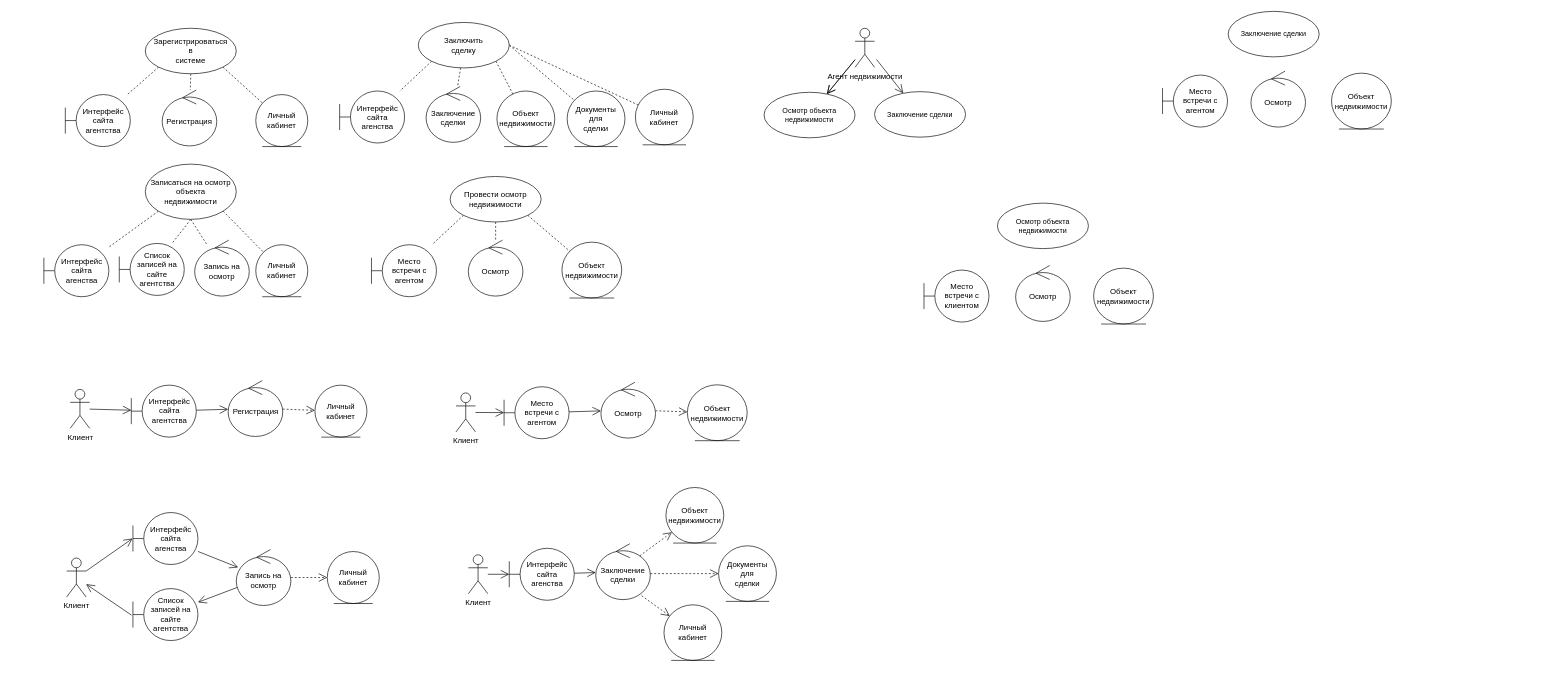
Earlier version of the draw.io diagram Диаграмма без названия.drawio (Shumila71/testProject). Source tidied: cells renumbered, new cells numbered last; positions are measured from the earlier drawing's top-left corner, leaving out a move shared by most shapes. Both pictures are drawn from the tidied source at 65%, with x=0, y=0 at pixel (44, 11).
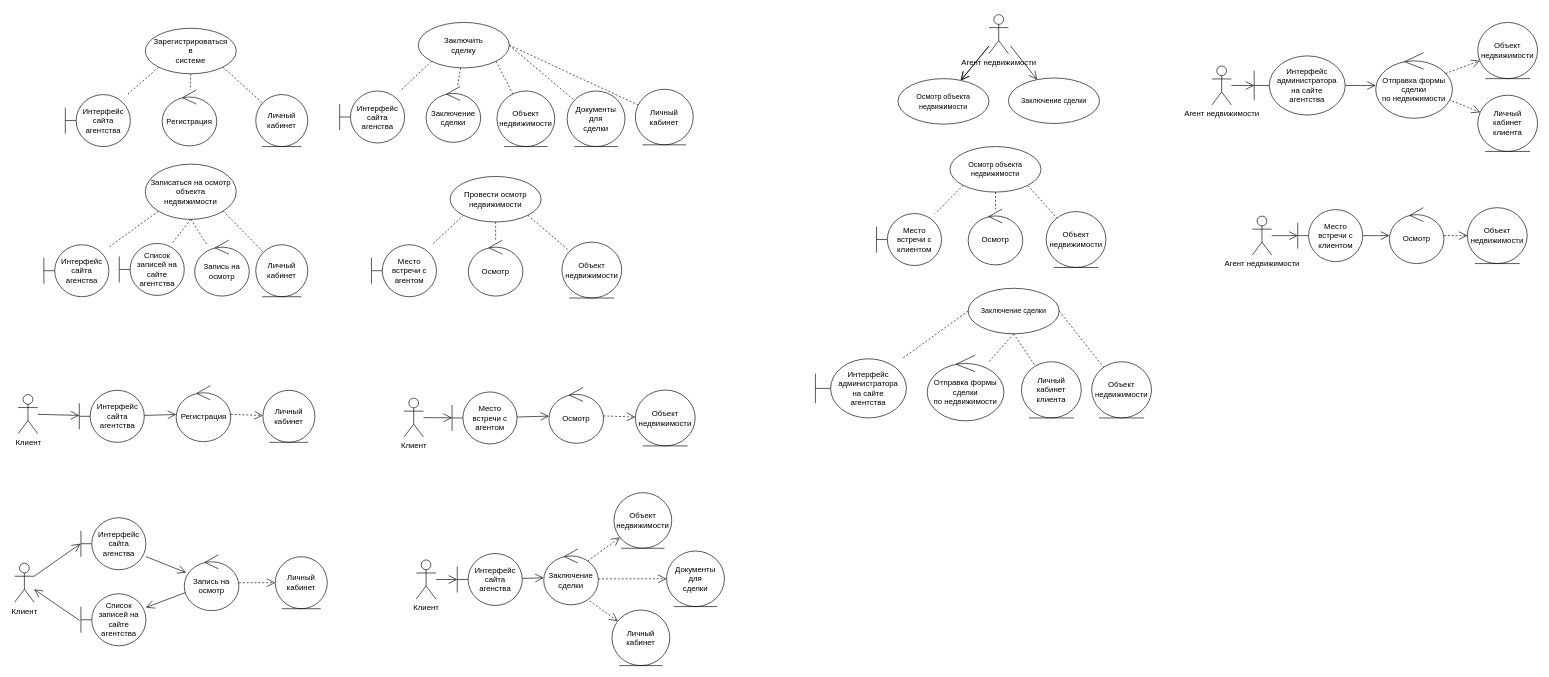
The same page after the edit.

The edit, as a diff of the source:
```diff
@@
     <mxCell id="3" value="Клиент" style="shape=umlActor;verticalLabelPosition=bottom;verticalAlign=top;html=1;outlineConnect=0;" parent="1" vertex="1">
-      <mxGeometry x="40.5" y="581.5" width="30" height="60" as="geometry" />
+      <mxGeometry x="-39.5" y="589.5" width="30" height="60" as="geometry" />
     </mxCell>
@@
     <mxCell id="39" value="Интерфейс&lt;div&gt;сайта&lt;/div&gt;&lt;div&gt;агентства&lt;/div&gt;" style="shape=umlBoundary;whiteSpace=wrap;html=1;" parent="1" vertex="1">
-      <mxGeometry x="134.5" y="575" width="100" height="80" as="geometry" />
+      <mxGeometry x="54.5" y="583" width="100" height="80" as="geometry" />
     </mxCell>
     <mxCell id="40" value="Личный кабинет" style="ellipse;shape=umlEntity;whiteSpace=wrap;html=1;" parent="1" vertex="1">
-      <mxGeometry x="417" y="575" width="80" height="80" as="geometry" />
+      <mxGeometry x="337" y="583" width="80" height="80" as="geometry" />
     </mxCell>
@@
     <mxCell id="42" value="Регистрация" style="ellipse;shape=umlControl;whiteSpace=wrap;html=1;" parent="1" vertex="1">
-      <mxGeometry x="283.5" y="568" width="84" height="86" as="geometry" />
+      <mxGeometry x="203.5" y="576" width="84" height="86" as="geometry" />
     </mxCell>
     <mxCell id="43" value="Клиент" style="shape=umlActor;verticalLabelPosition=bottom;verticalAlign=top;html=1;outlineConnect=0;" parent="1" vertex="1">
-      <mxGeometry x="35" y="841" width="30" height="60" as="geometry" />
+      <mxGeometry x="-45" y="849" width="30" height="60" as="geometry" />
     </mxCell>
@@
     <mxCell id="45" value="Интерфейс&lt;div&gt;сайта&lt;/div&gt;&lt;div&gt;агенства&lt;/div&gt;" style="shape=umlBoundary;whiteSpace=wrap;html=1;" parent="1" vertex="1">
-      <mxGeometry x="137" y="771" width="100" height="80" as="geometry" />
+      <mxGeometry x="57" y="779" width="100" height="80" as="geometry" />
     </mxCell>
     <mxCell id="46" value="Личный кабинет" style="ellipse;shape=umlEntity;whiteSpace=wrap;html=1;" parent="1" vertex="1">
-      <mxGeometry x="436" y="831" width="80" height="80" as="geometry" />
+      <mxGeometry x="356" y="839" width="80" height="80" as="geometry" />
     </mxCell>
@@
     <mxCell id="49" value="Запись на&lt;div&gt;осмотр&lt;/div&gt;" style="ellipse;shape=umlControl;whiteSpace=wrap;html=1;" parent="1" vertex="1">
-      <mxGeometry x="296" y="828" width="84" height="86" as="geometry" />
+      <mxGeometry x="216" y="836" width="84" height="86" as="geometry" />
     </mxCell>
@@
     <mxCell id="51" value="Список записей на сайте&lt;div&gt;агентства&lt;/div&gt;" style="shape=umlBoundary;whiteSpace=wrap;html=1;" parent="1" vertex="1">
-      <mxGeometry x="137" y="888" width="100" height="80" as="geometry" />
+      <mxGeometry x="57" y="896" width="100" height="80" as="geometry" />
     </mxCell>
@@
     <mxCell id="54" value="Клиент" style="shape=umlActor;verticalLabelPosition=bottom;verticalAlign=top;html=1;outlineConnect=0;" parent="1" vertex="1">
-      <mxGeometry x="634" y="587" width="30" height="60" as="geometry" />
+      <mxGeometry x="554" y="595" width="30" height="60" as="geometry" />
     </mxCell>
@@
     <mxCell id="56" value="Место встречи с агентом" style="shape=umlBoundary;whiteSpace=wrap;html=1;" parent="1" vertex="1">
-      <mxGeometry x="708" y="577.5" width="100" height="80" as="geometry" />
+      <mxGeometry x="628" y="585.5" width="100" height="80" as="geometry" />
     </mxCell>
     <mxCell id="57" value="Объект&lt;div&gt;недвижимости&lt;/div&gt;" style="ellipse;shape=umlEntity;whiteSpace=wrap;html=1;" parent="1" vertex="1">
-      <mxGeometry x="990" y="574.5" width="92" height="86" as="geometry" />
+      <mxGeometry x="910" y="582.5" width="92" height="86" as="geometry" />
     </mxCell>
@@
     <mxCell id="59" value="Осмотр" style="ellipse;shape=umlControl;whiteSpace=wrap;html=1;" parent="1" vertex="1">
-      <mxGeometry x="857" y="570.5" width="84" height="86" as="geometry" />
+      <mxGeometry x="777" y="578.5" width="84" height="86" as="geometry" />
     </mxCell>
@@
     <mxCell id="61" value="Интерфейс&lt;div&gt;сайта&lt;/div&gt;&lt;div&gt;агенства&lt;/div&gt;" style="shape=umlBoundary;whiteSpace=wrap;html=1;" parent="1" vertex="1">
-      <mxGeometry x="716" y="826" width="100" height="80" as="geometry" />
+      <mxGeometry x="636" y="834" width="100" height="80" as="geometry" />
     </mxCell>
     <mxCell id="62" value="Объект недвижимости" style="ellipse;shape=umlEntity;whiteSpace=wrap;html=1;" parent="1" vertex="1">
-      <mxGeometry x="957" y="732.5" width="89" height="85.5" as="geometry" />
+      <mxGeometry x="877" y="740.5" width="89" height="85.5" as="geometry" />
     </mxCell>
     <mxCell id="63" value="Заключение&lt;div&gt;сделки&lt;/div&gt;" style="ellipse;shape=umlControl;whiteSpace=wrap;html=1;" parent="1" vertex="1">
-      <mxGeometry x="849" y="819" width="84" height="86" as="geometry" />
+      <mxGeometry x="769" y="827" width="84" height="86" as="geometry" />
     </mxCell>
     <mxCell id="64" value="Документы&lt;div&gt;для&lt;/div&gt;&lt;div&gt;сделки&lt;/div&gt;" style="ellipse;shape=umlEntity;whiteSpace=wrap;html=1;" parent="1" vertex="1">
-      <mxGeometry x="1038" y="822.2" width="89" height="85.5" as="geometry" />
+      <mxGeometry x="958" y="830.2" width="89" height="85.5" as="geometry" />
     </mxCell>
     <mxCell id="65" value="Личный кабинет" style="ellipse;shape=umlEntity;whiteSpace=wrap;html=1;" parent="1" vertex="1">
-      <mxGeometry x="954" y="913" width="89" height="85.5" as="geometry" />
+      <mxGeometry x="874" y="921" width="89" height="85.5" as="geometry" />
     </mxCell>
@@
     <mxCell id="67" value="Клиент" style="shape=umlActor;verticalLabelPosition=bottom;verticalAlign=top;html=1;outlineConnect=0;" parent="1" vertex="1">
-      <mxGeometry x="653" y="836" width="30" height="60" as="geometry" />
+      <mxGeometry x="573" y="844" width="30" height="60" as="geometry" />
     </mxCell>
     <mxCell id="68" style="edgeStyle=none;rounded=0;jettySize=auto;html=1;strokeColor=default;strokeWidth=1;align=center;verticalAlign=middle;fontFamily=Helvetica;fontSize=11;fontColor=default;labelBackgroundColor=default;startSize=11;endArrow=open;endFill=0;endSize=11;dashed=1;" parent="1" edge="1" target="64">
       <mxGeometry relative="1" as="geometry">
-        <mxPoint x="933" y="865" as="sourcePoint" />
+        <mxPoint x="853" y="873" as="sourcePoint" />
       </mxGeometry>
     </mxCell>
@@
     <mxCell id="73" value="Агент недвижимости" style="shape=umlActor;verticalLabelPosition=bottom;verticalAlign=top;html=1;outlineConnect=0;" parent="1" vertex="1">
-      <mxGeometry x="1248" y="26" width="30" height="60" as="geometry" />
+      <mxGeometry x="1454" y="5" width="30" height="60" as="geometry" />
     </mxCell>
     <mxCell id="74" value="Заключение сделки" style="ellipse;whiteSpace=wrap;html=1;fontFamily=Helvetica;fontSize=11;fontColor=default;labelBackgroundColor=default;" parent="1" vertex="1">
-      <mxGeometry x="1278" y="123.5" width="140" height="70" as="geometry" />
+      <mxGeometry x="1484" y="102.5" width="140" height="70" as="geometry" />
     </mxCell>
     <mxCell id="75" value="Осмотр объекта&lt;div&gt;недвижимости&lt;/div&gt;" style="ellipse;whiteSpace=wrap;html=1;fontFamily=Helvetica;fontSize=11;fontColor=default;labelBackgroundColor=default;" parent="1" vertex="1">
-      <mxGeometry x="1108" y="124.5" width="140" height="70" as="geometry" />
+      <mxGeometry x="1314" y="103.5" width="140" height="70" as="geometry" />
     </mxCell>
     <mxCell id="76" style="edgeStyle=none;rounded=0;jettySize=auto;html=1;strokeColor=default;strokeWidth=1;align=center;verticalAlign=middle;fontFamily=Helvetica;fontSize=11;fontColor=default;labelBackgroundColor=default;startSize=11;endArrow=open;endFill=0;endSize=11;" parent="1" edge="1" target="74">
       <mxGeometry relative="1" as="geometry">
-        <mxPoint x="1281" y="74" as="sourcePoint" />
+        <mxPoint x="1487" y="53" as="sourcePoint" />
       </mxGeometry>
     </mxCell>
+    <mxCell id="85" style="edgeStyle=none;rounded=0;jettySize=auto;html=1;exitX=0;exitY=1;exitDx=0;exitDy=0;strokeColor=default;strokeWidth=1;align=center;verticalAlign=middle;fontFamily=Helvetica;fontSize=11;fontColor=default;labelBackgroundColor=default;startSize=11;endArrow=none;endFill=0;endSize=11;dashed=1;" parent="1" edge="1" source="77" target="79">
+      <mxGeometry relative="1" as="geometry" />
+    </mxCell>
+    <mxCell id="86" style="edgeStyle=none;rounded=0;jettySize=auto;html=1;exitX=0.5;exitY=1;exitDx=0;exitDy=0;dashed=1;strokeColor=default;strokeWidth=1;align=center;verticalAlign=middle;fontFamily=Helvetica;fontSize=11;fontColor=default;labelBackgroundColor=default;startSize=11;endArrow=none;endFill=0;endSize=11;" parent="1" edge="1" source="77" target="81">
+      <mxGeometry relative="1" as="geometry" />
+    </mxCell>
+    <mxCell id="87" style="edgeStyle=none;rounded=0;jettySize=auto;html=1;exitX=1;exitY=1;exitDx=0;exitDy=0;dashed=1;strokeColor=default;strokeWidth=1;align=center;verticalAlign=middle;fontFamily=Helvetica;fontSize=11;fontColor=default;labelBackgroundColor=default;startSize=11;endArrow=none;endFill=0;endSize=11;" parent="1" edge="1" source="77" target="80">
+      <mxGeometry relative="1" as="geometry" />
+    </mxCell>
     <mxCell id="77" value="Осмотр объекта&lt;div&gt;недвижимости&lt;/div&gt;" style="ellipse;whiteSpace=wrap;html=1;fontFamily=Helvetica;fontSize=11;fontColor=default;labelBackgroundColor=default;" parent="1" vertex="1">
-      <mxGeometry x="1467" y="295" width="140" height="70" as="geometry" />
+      <mxGeometry x="1394" y="208" width="140" height="70" as="geometry" />
     </mxCell>
+    <mxCell id="88" style="edgeStyle=none;rounded=0;jettySize=auto;html=1;exitX=0;exitY=0.5;exitDx=0;exitDy=0;dashed=1;strokeColor=default;strokeWidth=1;align=center;verticalAlign=middle;fontFamily=Helvetica;fontSize=11;fontColor=default;labelBackgroundColor=default;startSize=11;endArrow=none;endFill=0;endSize=11;" parent="1" edge="1" source="78" target="96">
+      <mxGeometry relative="1" as="geometry" />
+    </mxCell>
+    <mxCell id="89" style="edgeStyle=none;rounded=0;jettySize=auto;html=1;exitX=0.5;exitY=1;exitDx=0;exitDy=0;dashed=1;strokeColor=default;strokeWidth=1;align=center;verticalAlign=middle;fontFamily=Helvetica;fontSize=11;fontColor=default;labelBackgroundColor=default;startSize=11;endArrow=none;endFill=0;endSize=11;" parent="1" edge="1" source="78" target="97">
+      <mxGeometry relative="1" as="geometry" />
+    </mxCell>
+    <mxCell id="90" style="edgeStyle=none;rounded=0;jettySize=auto;html=1;exitX=0.5;exitY=1;exitDx=0;exitDy=0;dashed=1;strokeColor=default;strokeWidth=1;align=center;verticalAlign=middle;fontFamily=Helvetica;fontSize=11;fontColor=default;labelBackgroundColor=default;startSize=11;endArrow=none;endFill=0;endSize=11;" parent="1" edge="1" source="78" target="99">
+      <mxGeometry relative="1" as="geometry" />
+    </mxCell>
+    <mxCell id="91" style="edgeStyle=none;rounded=0;jettySize=auto;html=1;exitX=1;exitY=0.5;exitDx=0;exitDy=0;dashed=1;strokeColor=default;strokeWidth=1;align=center;verticalAlign=middle;fontFamily=Helvetica;fontSize=11;fontColor=default;labelBackgroundColor=default;startSize=11;endArrow=none;endFill=0;endSize=11;" parent="1" edge="1" source="78" target="98">
+      <mxGeometry relative="1" as="geometry" />
+    </mxCell>
     <mxCell id="78" value="Заключение сделки" style="ellipse;whiteSpace=wrap;html=1;fontFamily=Helvetica;fontSize=11;fontColor=default;labelBackgroundColor=default;" parent="1" vertex="1">
-      <mxGeometry x="1822" width="140" height="70" as="geometry" />
+      <mxGeometry x="1422" y="426" width="140" height="70" as="geometry" />
     </mxCell>
     <mxCell id="79" value="Место встречи с клиентом" style="shape=umlBoundary;whiteSpace=wrap;html=1;" parent="1" vertex="1">
-      <mxGeometry x="1354" y="398" width="100" height="80" as="geometry" />
+      <mxGeometry x="1281" y="311" width="100" height="80" as="geometry" />
     </mxCell>
     <mxCell id="80" value="Объект&lt;div&gt;недвижимости&lt;/div&gt;" style="ellipse;shape=umlEntity;whiteSpace=wrap;html=1;" parent="1" vertex="1">
-      <mxGeometry x="1615" y="395" width="92" height="86" as="geometry" />
+      <mxGeometry x="1542" y="308" width="92" height="86" as="geometry" />
     </mxCell>
     <mxCell id="81" value="Осмотр" style="ellipse;shape=umlControl;whiteSpace=wrap;html=1;" parent="1" vertex="1">
-      <mxGeometry x="1495" y="391" width="84" height="86" as="geometry" />
+      <mxGeometry x="1422" y="304" width="84" height="86" as="geometry" />
     </mxCell>
+    <mxCell id="92" style="edgeStyle=none;rounded=0;jettySize=auto;html=1;strokeColor=default;strokeWidth=1;align=center;verticalAlign=middle;fontFamily=Helvetica;fontSize=11;fontColor=default;labelBackgroundColor=default;startSize=11;endArrow=open;endFill=0;endSize=11;" parent="1" edge="1" source="82" target="84">
+      <mxGeometry relative="1" as="geometry" />
+    </mxCell>
-    <mxCell id="82" value="Место встречи с агентом" style="shape=umlBoundary;whiteSpace=wrap;html=1;" parent="1" vertex="1">
-      <mxGeometry x="1721" y="98" width="100" height="80" as="geometry" />
+    <mxCell id="82" value="Интерфейс&lt;div&gt;администратора&lt;/div&gt;&lt;div&gt;на сайте&lt;/div&gt;&lt;div&gt;агентства&lt;/div&gt;" style="shape=umlBoundary;whiteSpace=wrap;html=1;" parent="1" vertex="1">
+      <mxGeometry x="1862" y="68.5" width="140" height="91" as="geometry" />
     </mxCell>
     <mxCell id="83" value="Объект&lt;div&gt;недвижимости&lt;/div&gt;" style="ellipse;shape=umlEntity;whiteSpace=wrap;html=1;" parent="1" vertex="1">
-      <mxGeometry x="1981" y="95" width="92" height="86" as="geometry" />
+      <mxGeometry x="2206" y="17" width="92" height="86.5" as="geometry" />
     </mxCell>
+    <mxCell id="93" style="edgeStyle=none;rounded=0;jettySize=auto;html=1;strokeColor=default;strokeWidth=1;align=center;verticalAlign=middle;fontFamily=Helvetica;fontSize=11;fontColor=default;labelBackgroundColor=default;startSize=11;endArrow=open;endFill=0;endSize=11;dashed=1;" parent="1" edge="1" source="84" target="94">
+      <mxGeometry relative="1" as="geometry" />
+    </mxCell>
-    <mxCell id="84" value="Осмотр" style="ellipse;shape=umlControl;whiteSpace=wrap;html=1;" parent="1" vertex="1">
-      <mxGeometry x="1857" y="92" width="84" height="86" as="geometry" />
+    <mxCell id="84" value="Отправка формы сделки&lt;div&gt;по недвижимости&lt;/div&gt;" style="ellipse;shape=umlControl;whiteSpace=wrap;html=1;" parent="1" vertex="1">
+      <mxGeometry x="2049" y="63.5" width="118" height="101" as="geometry" />
     </mxCell>
+    <mxCell id="94" value="Личный кабинет клиента" style="ellipse;shape=umlEntity;whiteSpace=wrap;html=1;" parent="1" vertex="1">
+      <mxGeometry x="2206" y="129" width="92" height="86.5" as="geometry" />
+    </mxCell>
+    <mxCell id="95" style="edgeStyle=none;rounded=0;jettySize=auto;html=1;strokeColor=default;strokeWidth=1;align=center;verticalAlign=middle;fontFamily=Helvetica;fontSize=11;fontColor=default;labelBackgroundColor=default;startSize=11;endArrow=open;endFill=0;endSize=11;exitX=0.912;exitY=0.317;exitDx=0;exitDy=0;exitPerimeter=0;dashed=1;" parent="1" edge="1" source="84" target="83">
+      <mxGeometry relative="1" as="geometry" />
+    </mxCell>
+    <mxCell id="96" value="Интерфейс&lt;div&gt;администратора&lt;/div&gt;&lt;div&gt;на сайте&lt;/div&gt;&lt;div&gt;агентства&lt;/div&gt;" style="shape=umlBoundary;whiteSpace=wrap;html=1;" parent="1" vertex="1">
+      <mxGeometry x="1187" y="534.5" width="140" height="91" as="geometry" />
+    </mxCell>
+    <mxCell id="97" value="Отправка формы сделки&lt;div&gt;по недвижимости&lt;/div&gt;" style="ellipse;shape=umlControl;whiteSpace=wrap;html=1;" parent="1" vertex="1">
+      <mxGeometry x="1359" y="529" width="118" height="101" as="geometry" />
+    </mxCell>
+    <mxCell id="98" value="Объект&lt;div&gt;недвижимости&lt;/div&gt;" style="ellipse;shape=umlEntity;whiteSpace=wrap;html=1;" parent="1" vertex="1">
+      <mxGeometry x="1612" y="539" width="92" height="86.5" as="geometry" />
+    </mxCell>
+    <mxCell id="99" value="Личный кабинет клиента" style="ellipse;shape=umlEntity;whiteSpace=wrap;html=1;" parent="1" vertex="1">
+      <mxGeometry x="1504" y="539" width="92" height="86.5" as="geometry" />
+    </mxCell>
+    <mxCell id="100" style="edgeStyle=none;rounded=0;jettySize=auto;html=1;strokeColor=default;strokeWidth=1;align=center;verticalAlign=middle;fontFamily=Helvetica;fontSize=11;fontColor=default;labelBackgroundColor=default;startSize=11;endArrow=open;endFill=0;endSize=11;" parent="1" edge="1" source="101" target="82">
+      <mxGeometry relative="1" as="geometry" />
+    </mxCell>
+    <mxCell id="101" value="Агент недвижимости" style="shape=umlActor;verticalLabelPosition=bottom;verticalAlign=top;html=1;outlineConnect=0;" parent="1" vertex="1">
+      <mxGeometry x="1797" y="84" width="30" height="60" as="geometry" />
+    </mxCell>
+    <mxCell id="102" style="edgeStyle=none;rounded=0;jettySize=auto;html=1;strokeColor=default;strokeWidth=1;align=center;verticalAlign=middle;fontFamily=Helvetica;fontSize=11;fontColor=default;labelBackgroundColor=default;startSize=11;endArrow=open;endFill=0;endSize=11;" parent="1" edge="1" source="103" target="106">
+      <mxGeometry relative="1" as="geometry" />
+    </mxCell>
+    <mxCell id="103" value="Место встречи с клиентом" style="shape=umlBoundary;whiteSpace=wrap;html=1;" parent="1" vertex="1">
+      <mxGeometry x="1929" y="305" width="100" height="80" as="geometry" />
+    </mxCell>
+    <mxCell id="104" value="Объект&lt;div&gt;недвижимости&lt;/div&gt;" style="ellipse;shape=umlEntity;whiteSpace=wrap;html=1;" parent="1" vertex="1">
+      <mxGeometry x="2190" y="302" width="92" height="86" as="geometry" />
+    </mxCell>
+    <mxCell id="105" style="edgeStyle=none;rounded=0;jettySize=auto;html=1;strokeColor=default;strokeWidth=1;align=center;verticalAlign=middle;fontFamily=Helvetica;fontSize=11;fontColor=default;labelBackgroundColor=default;startSize=11;endArrow=open;endFill=0;endSize=11;dashed=1;" parent="1" edge="1" source="106" target="104">
+      <mxGeometry relative="1" as="geometry" />
+    </mxCell>
+    <mxCell id="106" value="Осмотр" style="ellipse;shape=umlControl;whiteSpace=wrap;html=1;" parent="1" vertex="1">
+      <mxGeometry x="2070" y="302" width="84" height="86" as="geometry" />
+    </mxCell>
+    <mxCell id="107" style="edgeStyle=none;rounded=0;jettySize=auto;html=1;strokeColor=default;strokeWidth=1;align=center;verticalAlign=middle;fontFamily=Helvetica;fontSize=11;fontColor=default;labelBackgroundColor=default;startSize=11;endArrow=open;endFill=0;endSize=11;" parent="1" edge="1" source="108" target="103">
+      <mxGeometry relative="1" as="geometry" />
+    </mxCell>
+    <mxCell id="108" value="Агент недвижимости" style="shape=umlActor;verticalLabelPosition=bottom;verticalAlign=top;html=1;outlineConnect=0;" parent="1" vertex="1">
+      <mxGeometry x="1859" y="315" width="30" height="60" as="geometry" />
+    </mxCell>
```
